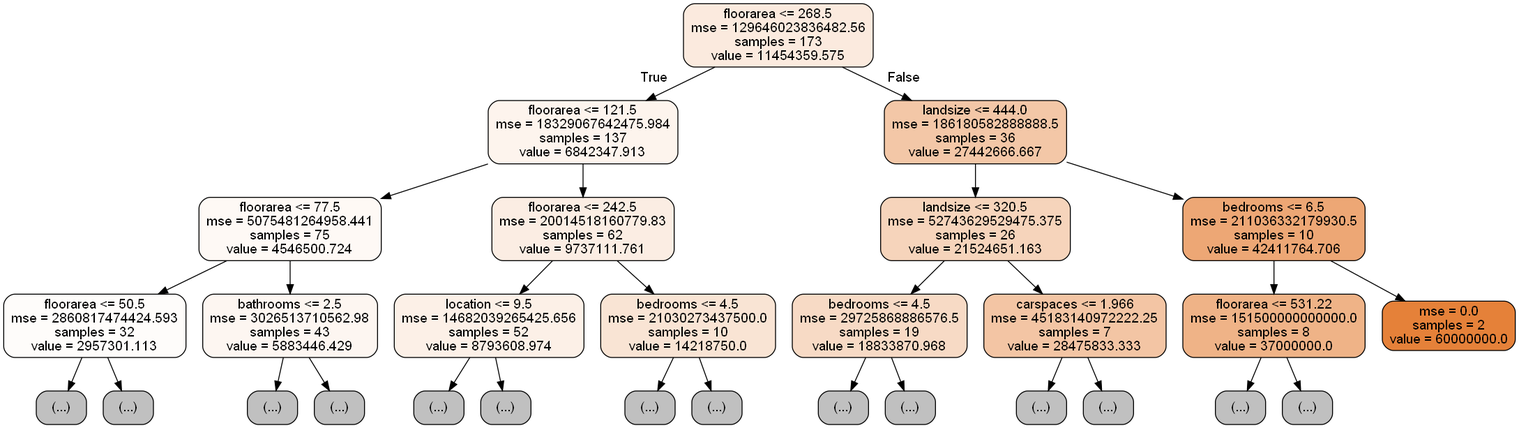
gwynncausing/RealEstateMultipleRegression keeps this Graphviz diagram as tree2.png. Above is the earlier version. Its source is kept beside it as tree2.dot. Its diagram source:
```dot
digraph Tree {
node [shape=box, style="filled, rounded", color="black", fontname=helvetica] ;
edge [fontname=helvetica] ;
0 [label="floorarea <= 268.5\nmse = 129646023836482.56\nsamples = 173\nvalue = 11454359.575", fillcolor="#fbeade"] ;
1 [label="floorarea <= 121.5\nmse = 18329067642475.984\nsamples = 137\nvalue = 6842347.913", fillcolor="#fdf4ed"] ;
0 -> 1 [labeldistance=2.5, labelangle=45, headlabel="True"] ;
2 [label="floorarea <= 77.5\nmse = 5075481264958.441\nsamples = 75\nvalue = 4546500.724", fillcolor="#fef9f5"] ;
1 -> 2 ;
3 [label="floorarea <= 50.5\nmse = 2860817474424.593\nsamples = 32\nvalue = 2957301.113", fillcolor="#fefcfa"] ;
2 -> 3 ;
4 [label="(...)", fillcolor="#C0C0C0"] ;
3 -> 4 ;
5 [label="(...)", fillcolor="#C0C0C0"] ;
3 -> 5 ;
6 [label="bathrooms <= 2.5\nmse = 3026513710562.98\nsamples = 43\nvalue = 5883446.429", fillcolor="#fdf6f1"] ;
2 -> 6 ;
7 [label="(...)", fillcolor="#C0C0C0"] ;
6 -> 7 ;
8 [label="(...)", fillcolor="#C0C0C0"] ;
6 -> 8 ;
9 [label="floorarea <= 242.5\nmse = 20014518160779.83\nsamples = 62\nvalue = 9737111.761", fillcolor="#fbede3"] ;
1 -> 9 ;
10 [label="location <= 9.5\nmse = 14682039265425.656\nsamples = 52\nvalue = 8793608.974", fillcolor="#fcf0e7"] ;
9 -> 10 ;
11 [label="(...)", fillcolor="#C0C0C0"] ;
10 -> 11 ;
12 [label="(...)", fillcolor="#C0C0C0"] ;
10 -> 12 ;
13 [label="bedrooms <= 4.5\nmse = 21030273437500.0\nsamples = 10\nvalue = 14218750.0", fillcolor="#f9e4d4"] ;
9 -> 13 ;
14 [label="(...)", fillcolor="#C0C0C0"] ;
13 -> 14 ;
15 [label="(...)", fillcolor="#C0C0C0"] ;
13 -> 15 ;
16 [label="landsize <= 444.0\nmse = 186180582888888.5\nsamples = 36\nvalue = 27442666.667", fillcolor="#f3c7a7"] ;
0 -> 16 [labeldistance=2.5, labelangle=-45, headlabel="False"] ;
17 [label="landsize <= 320.5\nmse = 52743629529475.375\nsamples = 26\nvalue = 21524651.163", fillcolor="#f6d4bb"] ;
16 -> 17 ;
18 [label="bedrooms <= 4.5\nmse = 29725868886576.5\nsamples = 19\nvalue = 18833870.968", fillcolor="#f7dac5"] ;
17 -> 18 ;
19 [label="(...)", fillcolor="#C0C0C0"] ;
18 -> 19 ;
20 [label="(...)", fillcolor="#C0C0C0"] ;
18 -> 20 ;
21 [label="carspaces <= 1.966\nmse = 45183140972222.25\nsamples = 7\nvalue = 28475833.333", fillcolor="#f3c5a4"] ;
17 -> 21 ;
22 [label="(...)", fillcolor="#C0C0C0"] ;
21 -> 22 ;
23 [label="(...)", fillcolor="#C0C0C0"] ;
21 -> 23 ;
24 [label="bedrooms <= 6.5\nmse = 211036332179930.5\nsamples = 10\nvalue = 42411764.706", fillcolor="#eda775"] ;
16 -> 24 ;
25 [label="floorarea <= 531.22\nmse = 151500000000000.0\nsamples = 8\nvalue = 37000000.0", fillcolor="#efb387"] ;
24 -> 25 ;
26 [label="(...)", fillcolor="#C0C0C0"] ;
25 -> 26 ;
27 [label="(...)", fillcolor="#C0C0C0"] ;
25 -> 27 ;
28 [label="mse = 0.0\nsamples = 2\nvalue = 60000000.0", fillcolor="#e58139"] ;
24 -> 28 ;
}
```
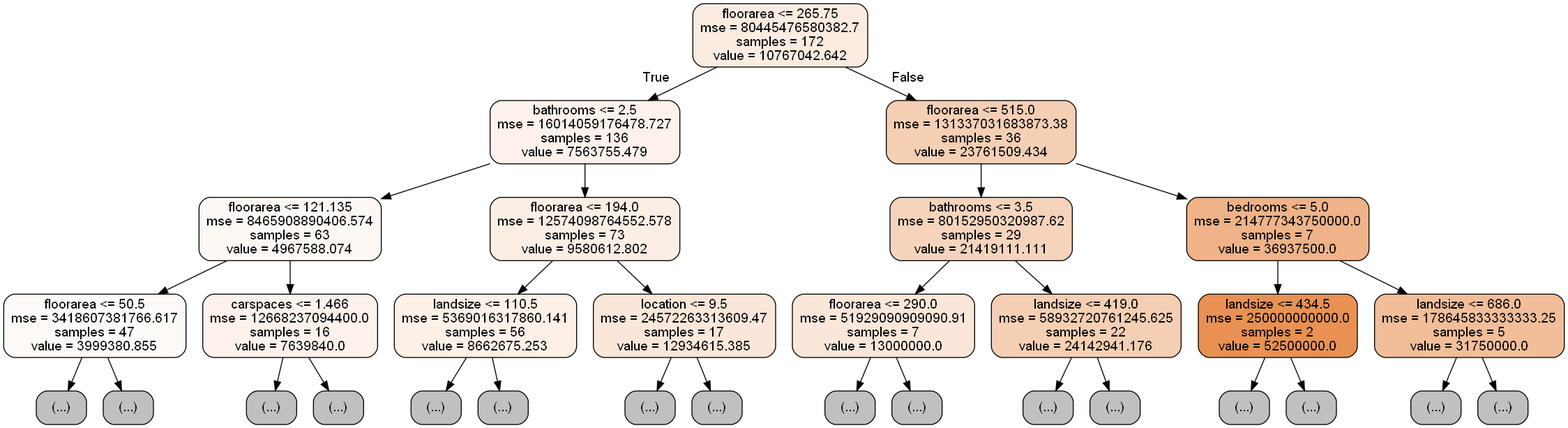
After the commit.

Diff of the diagram source:
```diff
@@ -1,61 +1,65 @@
 digraph Tree {
 node [shape=box, style="filled, rounded", color="black", fontname=helvetica] ;
 edge [fontname=helvetica] ;
-0 [label="floorarea <= 268.5\nmse = 129646023836482.56\nsamples = 173\nvalue = 11454359.575", fillcolor="#fbeade"] ;
-1 [label="floorarea <= 121.5\nmse = 18329067642475.984\nsamples = 137\nvalue = 6842347.913", fillcolor="#fdf4ed"] ;
+0 [label="floorarea <= 265.75\nmse = 80445476580382.7\nsamples = 172\nvalue = 10767042.642", fillcolor="#fbebe0"] ;
+1 [label="bathrooms <= 2.5\nmse = 16014059176478.727\nsamples = 136\nvalue = 7563755.479", fillcolor="#fcf2eb"] ;
 0 -> 1 [labeldistance=2.5, labelangle=45, headlabel="True"] ;
-2 [label="floorarea <= 77.5\nmse = 5075481264958.441\nsamples = 75\nvalue = 4546500.724", fillcolor="#fef9f5"] ;
+2 [label="floorarea <= 121.135\nmse = 8465908890406.574\nsamples = 63\nvalue = 4967588.074", fillcolor="#fef8f4"] ;
 1 -> 2 ;
-3 [label="floorarea <= 50.5\nmse = 2860817474424.593\nsamples = 32\nvalue = 2957301.113", fillcolor="#fefcfa"] ;
+3 [label="floorarea <= 50.5\nmse = 3418607381766.617\nsamples = 47\nvalue = 3999380.855", fillcolor="#fefaf7"] ;
 2 -> 3 ;
 4 [label="(...)", fillcolor="#C0C0C0"] ;
 3 -> 4 ;
 5 [label="(...)", fillcolor="#C0C0C0"] ;
 3 -> 5 ;
-6 [label="bathrooms <= 2.5\nmse = 3026513710562.98\nsamples = 43\nvalue = 5883446.429", fillcolor="#fdf6f1"] ;
+6 [label="carspaces <= 1.466\nmse = 12668237094400.0\nsamples = 16\nvalue = 7639840.0", fillcolor="#fcf2eb"] ;
 2 -> 6 ;
 7 [label="(...)", fillcolor="#C0C0C0"] ;
 6 -> 7 ;
 8 [label="(...)", fillcolor="#C0C0C0"] ;
 6 -> 8 ;
-9 [label="floorarea <= 242.5\nmse = 20014518160779.83\nsamples = 62\nvalue = 9737111.761", fillcolor="#fbede3"] ;
+9 [label="floorarea <= 194.0\nmse = 12574098764552.578\nsamples = 73\nvalue = 9580612.802", fillcolor="#fbeee4"] ;
 1 -> 9 ;
-10 [label="location <= 9.5\nmse = 14682039265425.656\nsamples = 52\nvalue = 8793608.974", fillcolor="#fcf0e7"] ;
+10 [label="landsize <= 110.5\nmse = 5369016317860.141\nsamples = 56\nvalue = 8662675.253", fillcolor="#fcf0e7"] ;
 9 -> 10 ;
 11 [label="(...)", fillcolor="#C0C0C0"] ;
 10 -> 11 ;
 12 [label="(...)", fillcolor="#C0C0C0"] ;
 10 -> 12 ;
-13 [label="bedrooms <= 4.5\nmse = 21030273437500.0\nsamples = 10\nvalue = 14218750.0", fillcolor="#f9e4d4"] ;
+13 [label="location <= 9.5\nmse = 24572263313609.47\nsamples = 17\nvalue = 12934615.385", fillcolor="#fae7d9"] ;
 9 -> 13 ;
 14 [label="(...)", fillcolor="#C0C0C0"] ;
 13 -> 14 ;
 15 [label="(...)", fillcolor="#C0C0C0"] ;
 13 -> 15 ;
-16 [label="landsize <= 444.0\nmse = 186180582888888.5\nsamples = 36\nvalue = 27442666.667", fillcolor="#f3c7a7"] ;
+16 [label="floorarea <= 515.0\nmse = 131337031683873.38\nsamples = 36\nvalue = 23761509.434", fillcolor="#f5cfb4"] ;
 0 -> 16 [labeldistance=2.5, labelangle=-45, headlabel="False"] ;
-17 [label="landsize <= 320.5\nmse = 52743629529475.375\nsamples = 26\nvalue = 21524651.163", fillcolor="#f6d4bb"] ;
+17 [label="bathrooms <= 3.5\nmse = 80152950320987.62\nsamples = 29\nvalue = 21419111.111", fillcolor="#f6d4bc"] ;
 16 -> 17 ;
-18 [label="bedrooms <= 4.5\nmse = 29725868886576.5\nsamples = 19\nvalue = 18833870.968", fillcolor="#f7dac5"] ;
+18 [label="floorarea <= 290.0\nmse = 51929090909090.91\nsamples = 7\nvalue = 13000000.0", fillcolor="#fae7d9"] ;
 17 -> 18 ;
 19 [label="(...)", fillcolor="#C0C0C0"] ;
 18 -> 19 ;
 20 [label="(...)", fillcolor="#C0C0C0"] ;
 18 -> 20 ;
-21 [label="carspaces <= 1.966\nmse = 45183140972222.25\nsamples = 7\nvalue = 28475833.333", fillcolor="#f3c5a4"] ;
+21 [label="landsize <= 419.0\nmse = 58932720761245.625\nsamples = 22\nvalue = 24142941.176", fillcolor="#f5cfb3"] ;
 17 -> 21 ;
 22 [label="(...)", fillcolor="#C0C0C0"] ;
 21 -> 22 ;
 23 [label="(...)", fillcolor="#C0C0C0"] ;
 21 -> 23 ;
-24 [label="bedrooms <= 6.5\nmse = 211036332179930.5\nsamples = 10\nvalue = 42411764.706", fillcolor="#eda775"] ;
+24 [label="bedrooms <= 5.0\nmse = 214777343750000.0\nsamples = 7\nvalue = 36937500.0", fillcolor="#efb387"] ;
 16 -> 24 ;
-25 [label="floorarea <= 531.22\nmse = 151500000000000.0\nsamples = 8\nvalue = 37000000.0", fillcolor="#efb387"] ;
+25 [label="landsize <= 434.5\nmse = 250000000000.0\nsamples = 2\nvalue = 52500000.0", fillcolor="#e89152"] ;
 24 -> 25 ;
 26 [label="(...)", fillcolor="#C0C0C0"] ;
 25 -> 26 ;
 27 [label="(...)", fillcolor="#C0C0C0"] ;
 25 -> 27 ;
-28 [label="mse = 0.0\nsamples = 2\nvalue = 60000000.0", fillcolor="#e58139"] ;
+28 [label="landsize <= 686.0\nmse = 178645833333333.25\nsamples = 5\nvalue = 31750000.0", fillcolor="#f2be99"] ;
 24 -> 28 ;
+29 [label="(...)", fillcolor="#C0C0C0"] ;
+28 -> 29 ;
+30 [label="(...)", fillcolor="#C0C0C0"] ;
+28 -> 30 ;
 }
```
